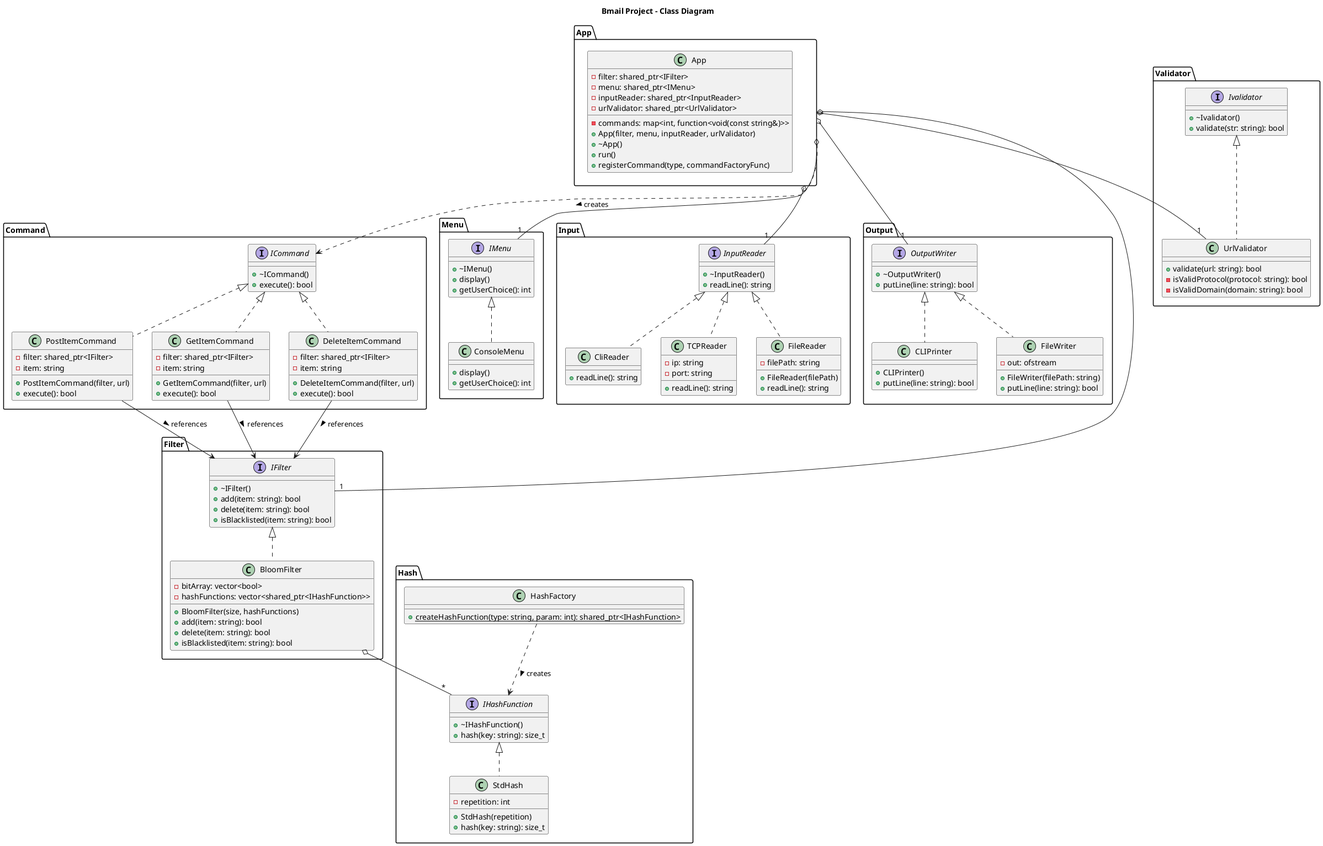
Above: assets/bmail.png in nav1s/Bmail (PlantUML), before the change.
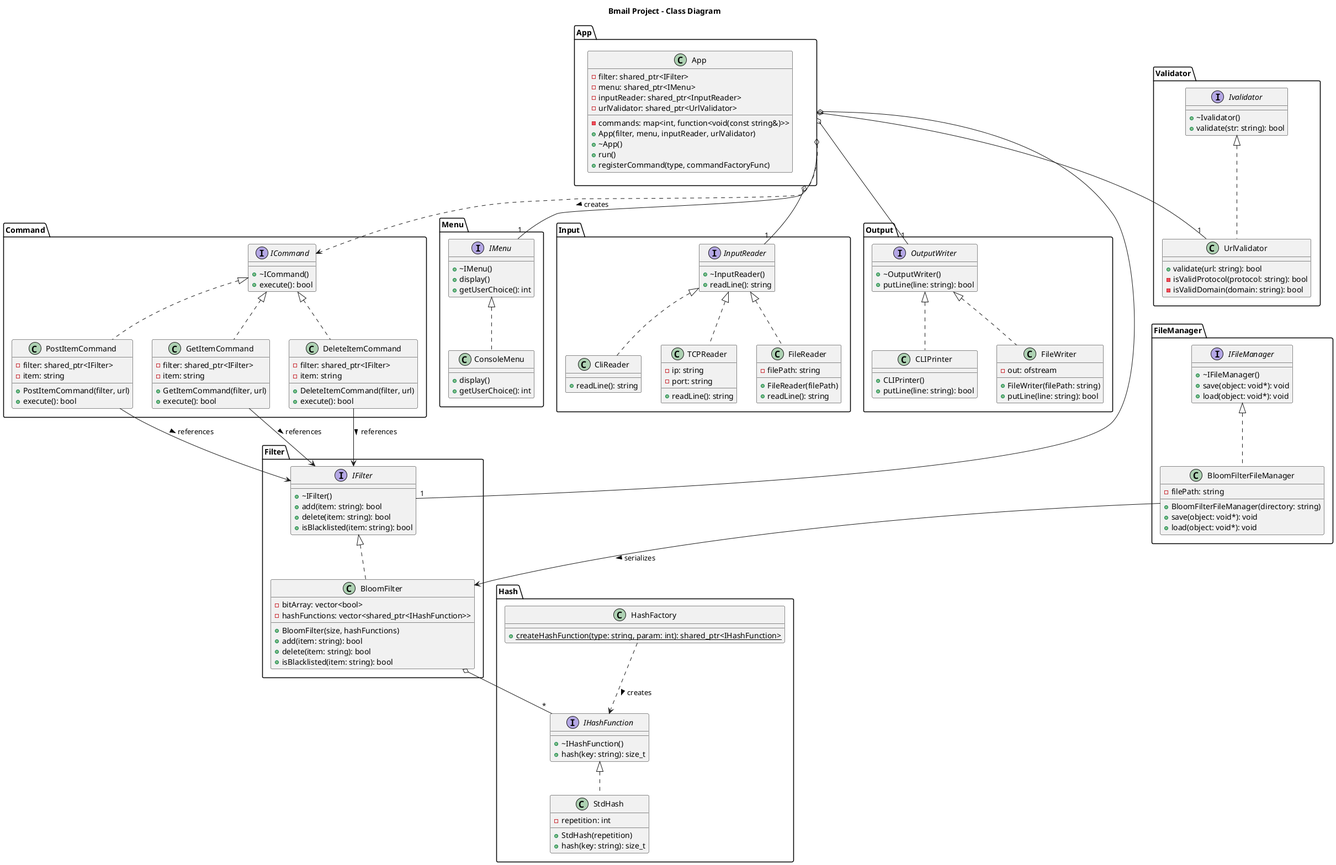
Later version of the same file.

Commit message:
add FileManager to the uml

Diff of the diagram source:
```diff
@@ -128,6 +128,21 @@
   }
 }
 
+package FileManager {
+  interface IFileManager {
+    + ~IFileManager()
+    + save(object: void*): void
+    + load(object: void*): void
+  }
+
+  class BloomFilterFileManager {
+    - filePath: string
+    + BloomFilterFileManager(directory: string)
+    + save(object: void*): void
+    + load(object: void*): void
+  }
+}
+
 package Output {
   interface OutputWriter {
     + ~OutputWriter()
@@ -156,6 +171,7 @@
 InputReader <|.. FileReader
 InputReader <|.. TCPReader
 Ivalidator <|.. UrlValidator
+IFileManager <|.. BloomFilterFileManager
 OutputWriter <|.. CLIPrinter
 OutputWriter <|.. FileWriter
 
@@ -169,6 +185,7 @@
 PostItemCommand --> IFilter : references >
 GetItemCommand --> IFilter : references >
 DeleteItemCommand --> IFilter : references >
+BloomFilterFileManager --> BloomFilter : serializes >
 HashFactory ..> IHashFunction : creates >
 
 @enduml
```
